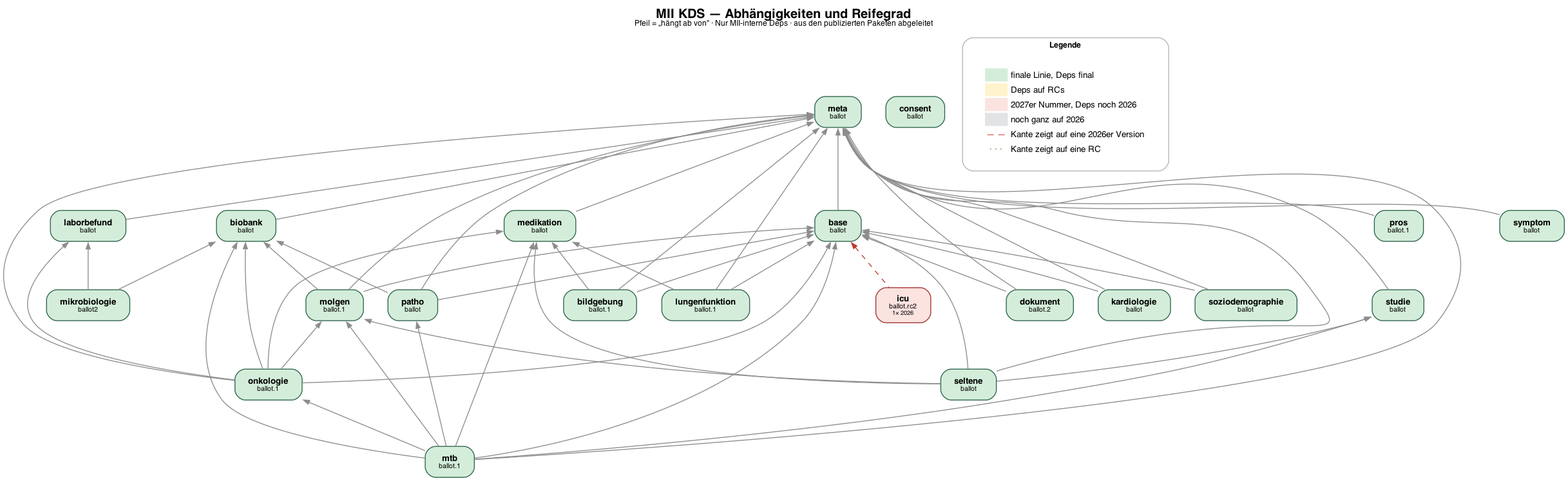
Before: status/dependency-graph.png, a diagram exported from Graphviz (medizininformatik-initiative/kerndatensatz-complete). Its source is kept beside it as status/dependency-graph.dot.
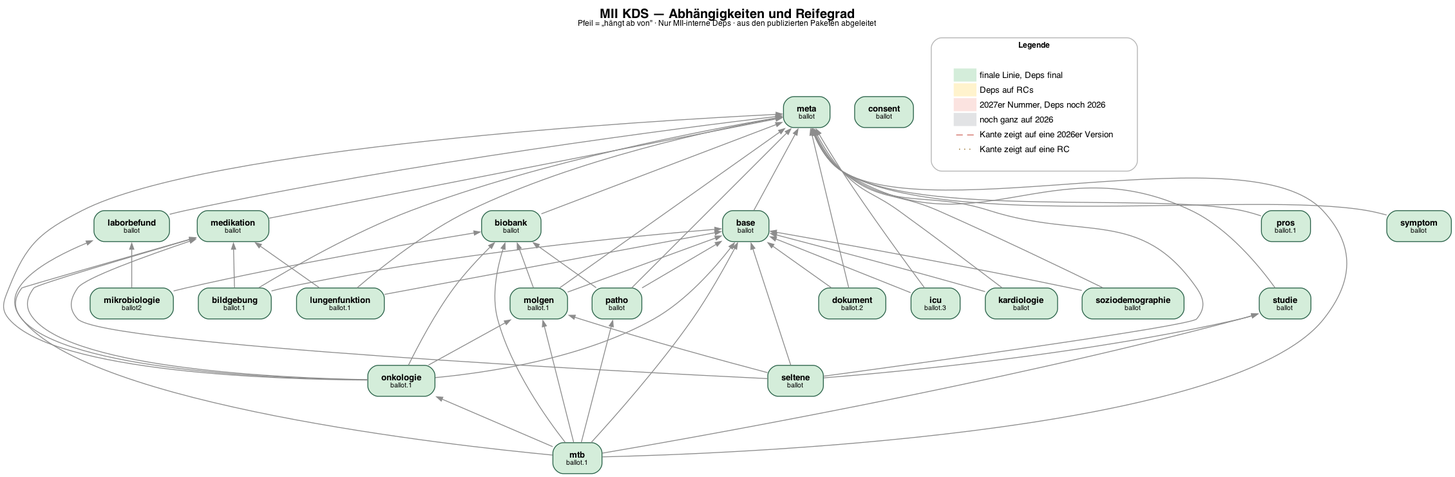
After the change.

What changed in the source:
```diff
@@ -9,6 +9,7 @@
   biobank [label=<<B>biobank</B><BR/><FONT POINT-SIZE="8">ballot</FONT>>, fillcolor="#d4edda", color="#2a6249"];
   consent [label=<<B>consent</B><BR/><FONT POINT-SIZE="8">ballot</FONT>>, fillcolor="#d4edda", color="#2a6249"];
   dokument [label=<<B>dokument</B><BR/><FONT POINT-SIZE="8">ballot.2</FONT>>, fillcolor="#d4edda", color="#2a6249"];
+  icu [label=<<B>icu</B><BR/><FONT POINT-SIZE="8">ballot.3</FONT>>, fillcolor="#d4edda", color="#2a6249"];
   kardiologie [label=<<B>kardiologie</B><BR/><FONT POINT-SIZE="8">ballot</FONT>>, fillcolor="#d4edda", color="#2a6249"];
   laborbefund [label=<<B>laborbefund</B><BR/><FONT POINT-SIZE="8">ballot</FONT>>, fillcolor="#d4edda", color="#2a6249"];
   lungenfunktion [label=<<B>lungenfunktion</B><BR/><FONT POINT-SIZE="8">ballot.1</FONT>>, fillcolor="#d4edda", color="#2a6249"];
@@ -24,7 +25,6 @@
   soziodemographie [label=<<B>soziodemographie</B><BR/><FONT POINT-SIZE="8">ballot</FONT>>, fillcolor="#d4edda", color="#2a6249"];
   studie [label=<<B>studie</B><BR/><FONT POINT-SIZE="8">ballot</FONT>>, fillcolor="#d4edda", color="#2a6249"];
   symptom [label=<<B>symptom</B><BR/><FONT POINT-SIZE="8">ballot</FONT>>, fillcolor="#d4edda", color="#2a6249"];
-  icu [label=<<B>icu</B><BR/><FONT POINT-SIZE="8">ballot.rc2</FONT><BR/><FONT POINT-SIZE="7">1× 2026</FONT>>, fillcolor="#fbe3e0", color="#a32e2e"];
   meta -> base;
   base -> bildgebung;
   medikation -> bildgebung;
@@ -32,7 +32,8 @@
   meta -> biobank;
   base -> dokument;
   meta -> dokument;
-  base -> icu [color="#c0392b", style=dashed];
+  base -> icu;
+  meta -> icu;
   base -> kardiologie;
   meta -> kardiologie;
   meta -> laborbefund;
```
